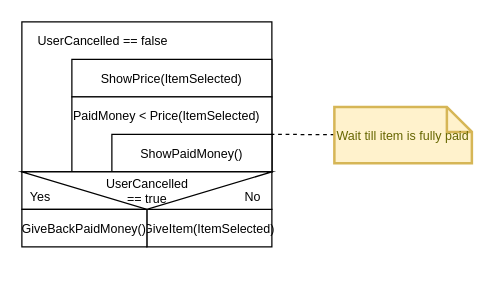
Above: psd/Opdracht3.drawio in JochemGrootherder/educom-essentials (draw.io), before the change. Source tidied: cells renumbered, new cells numbered last; positions are measured from the earlier drawing's top-left corner, leaving out a move shared by most shapes. Both pictures are drawn from the tidied source at 125%, with x=0, y=0 at pixel (21, 21).
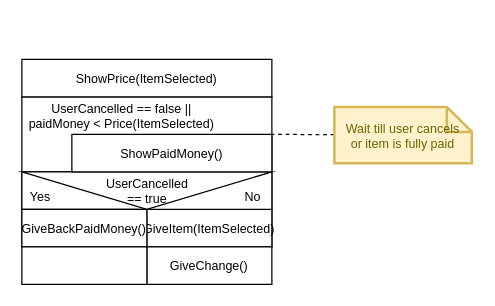
The same diagram, later.

Commit message:
Should break out of UserCancelled loop now

Diff of the diagram source:
```diff
@@
 <mxGraphModel>
   <root>
     <mxCell id="0" />
     <mxCell id="1" parent="0" />
     <mxCell id="2" style="rounded=0;whiteSpace=wrap;html=1;fontSize=10;" parent="1" vertex="1">
-      <mxGeometry width="200" height="120" as="geometry" />
+      <mxGeometry y="60" width="200" height="120" as="geometry" />
     </mxCell>
-    <mxCell id="3" style="group;fontSize=10;" parent="1" vertex="1">
-      <mxGeometry x="40" y="30" width="160" height="90" as="geometry" />
-    </mxCell>
-    <mxCell id="4" value="ShowPrice(ItemSelected)" style="whiteSpace=wrap;html=1;fontSize=10;" parent="3" vertex="1">
-      <mxGeometry width="160" height="30" as="geometry" />
-    </mxCell>
-    <mxCell id="5" style="whiteSpace=wrap;html=1;fontSize=10;" parent="3" vertex="1">
-      <mxGeometry y="30" width="160" height="60" as="geometry" />
-    </mxCell>
-    <mxCell id="6" value="ShowPaidMoney()" style="whiteSpace=wrap;html=1;fontSize=10;" parent="3" vertex="1">
-      <mxGeometry x="32" y="60" width="128" height="30" as="geometry" />
-    </mxCell>
-    <mxCell id="7" value="PaidMoney &amp;lt; Price(ItemSelected)" style="text;html=1;strokeColor=none;fillColor=none;align=center;verticalAlign=middle;whiteSpace=wrap;rounded=0;fontSize=10;" parent="3" vertex="1">
-      <mxGeometry y="30" width="152" height="30" as="geometry" />
-    </mxCell>
-    <mxCell id="8" value="UserCancelled == false" style="text;html=1;strokeColor=none;fillColor=none;align=center;verticalAlign=middle;whiteSpace=wrap;rounded=0;fontSize=10;" parent="1" vertex="1">
-      <mxGeometry width="130" height="30" as="geometry" />
+    <mxCell id="8" value="UserCancelled == false || paidMoney &amp;lt; Price(ItemSelected)" style="text;html=1;strokeColor=none;fillColor=none;align=center;verticalAlign=middle;whiteSpace=wrap;rounded=0;fontSize=10;" parent="1" vertex="1">
+      <mxGeometry y="60" width="160" height="30" as="geometry" />
     </mxCell>
     <mxCell id="9" value="GiveItem(ItemSelected)" style="rounded=0;whiteSpace=wrap;html=1;fontSize=10;" parent="1" vertex="1">
       <mxGeometry x="100" y="150" width="100" height="30" as="geometry" />
     </mxCell>
     <mxCell id="10" style="rounded=0;whiteSpace=wrap;html=1;fontSize=10;" parent="1" vertex="1">
       <mxGeometry y="120" width="200" height="30" as="geometry" />
     </mxCell>
     <mxCell id="11" style="triangle;whiteSpace=wrap;html=1;direction=south;fontSize=10;" parent="1" vertex="1">
       <mxGeometry y="120" width="200" height="30" as="geometry" />
     </mxCell>
     <mxCell id="12" value="UserCancelled == true" style="text;html=1;strokeColor=none;fillColor=none;align=center;verticalAlign=middle;whiteSpace=wrap;rounded=0;fontSize=10;" parent="1" vertex="1">
       <mxGeometry x="62.5" y="120" width="75" height="30" as="geometry" />
     </mxCell>
     <mxCell id="13" value="Yes" style="text;html=1;strokeColor=none;fillColor=none;align=center;verticalAlign=middle;whiteSpace=wrap;rounded=0;fontSize=10;" parent="1" vertex="1">
       <mxGeometry y="130" width="30" height="20" as="geometry" />
     </mxCell>
     <mxCell id="14" value="No" style="text;html=1;strokeColor=none;fillColor=none;align=center;verticalAlign=middle;whiteSpace=wrap;rounded=0;fontSize=10;" parent="1" vertex="1">
       <mxGeometry x="170" y="130" width="30" height="20" as="geometry" />
     </mxCell>
     <mxCell id="15" value="GiveBackPaidMoney()" style="rounded=0;whiteSpace=wrap;html=1;fontSize=10;" parent="1" vertex="1">
       <mxGeometry y="150" width="100" height="30" as="geometry" />
     </mxCell>
     <mxCell id="16" style="edgeStyle=none;html=1;fontSize=10;dashed=1;endArrow=none;endFill=0;entryX=1;entryY=0;entryDx=0;entryDy=0;" parent="1" edge="1" source="17" target="6">
       <mxGeometry relative="1" as="geometry" />
     </mxCell>
-    <mxCell id="17" value="Wait till item is fully paid" style="shape=note;strokeWidth=2;fontSize=10;size=20;whiteSpace=wrap;html=1;fillColor=#fff2cc;strokeColor=#d6b656;fontColor=#666600;" parent="1" vertex="1">
+    <mxCell id="17" value="Wait till user cancels &lt;br&gt;or item is fully paid&lt;br&gt;" style="shape=note;strokeWidth=2;fontSize=10;size=20;whiteSpace=wrap;html=1;fillColor=#fff2cc;strokeColor=#d6b656;fontColor=#666600;" parent="1" vertex="1">
       <mxGeometry x="250" y="68" width="110" height="45" as="geometry" />
     </mxCell>
+    <mxCell id="4" value="ShowPrice(ItemSelected)" style="whiteSpace=wrap;html=1;fontSize=10;" parent="1" vertex="1">
+      <mxGeometry y="30" width="200" height="30" as="geometry" />
+    </mxCell>
+    <mxCell id="6" value="ShowPaidMoney()" style="whiteSpace=wrap;html=1;fontSize=10;" parent="1" vertex="1">
+      <mxGeometry x="40" y="90" width="160" height="30" as="geometry" />
+    </mxCell>
+    <mxCell id="18" value="GiveChange()" style="rounded=0;whiteSpace=wrap;html=1;fontSize=10;" parent="1" vertex="1">
+      <mxGeometry x="100" y="180" width="100" height="30" as="geometry" />
+    </mxCell>
+    <mxCell id="19" style="rounded=0;whiteSpace=wrap;html=1;fontSize=10;" parent="1" vertex="1">
+      <mxGeometry y="180" width="100" height="30" as="geometry" />
+    </mxCell>
   </root>
 </mxGraphModel>
```
